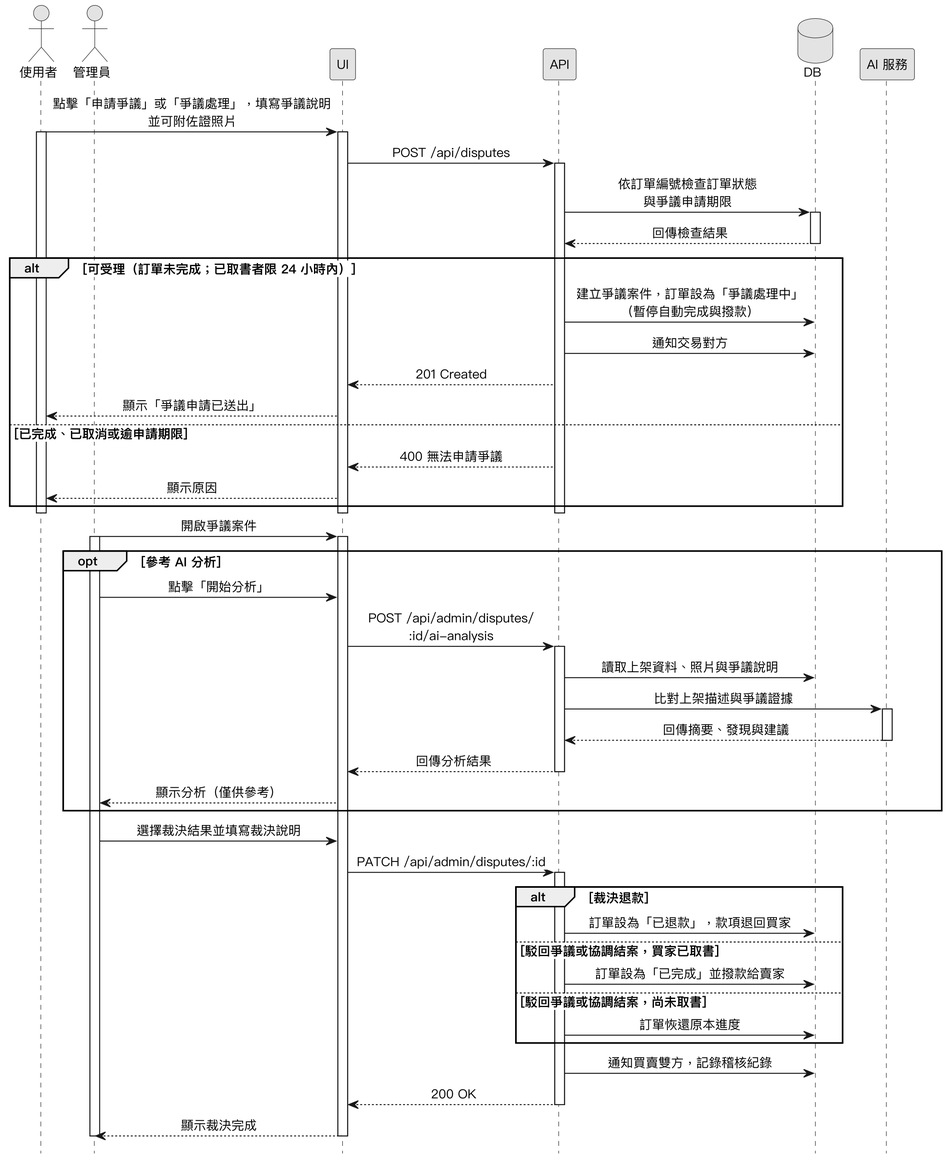
Earlier version of the PlantUML export Diagrams/Sequence Diagrams/v3/seq_dispute.png (SaveMyBook/SaveMyBook).
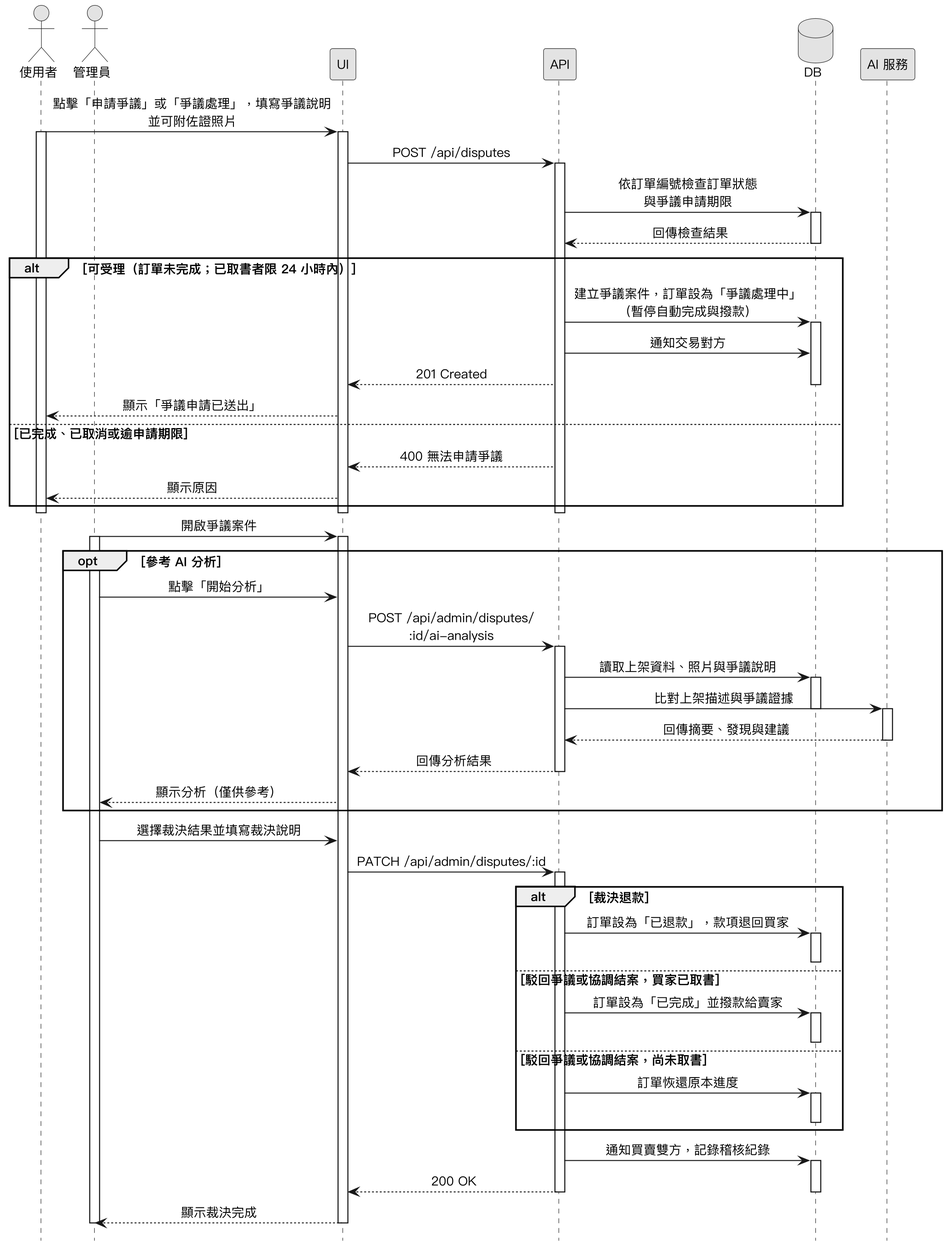
After the commit.

Diff of the diagram source:
```diff
@@ -26,8 +26,10 @@
 deactivate DB
 alt 可受理（訂單未完成；已取書者限 24 小時內）
   API -> DB : 建立爭議案件，訂單設為「爭議處理中」\n（暫停自動完成與撥款）
+  activate DB
   API -> DB : 通知交易對方
   API --> UI : 201 Created
+  deactivate DB
   UI --> 使用者 : 顯示「爭議申請已送出」
 else 已完成、已取消或逾申請期限
   API --> UI : 400 無法申請爭議
@@ -45,7 +47,9 @@
   UI -> API : POST /api/admin/disputes/\n:id/ai-analysis
   activate API
   API -> DB : 讀取上架資料、照片與爭議說明
+  activate DB
   API -> AI : 比對上架描述與爭議證據
+  deactivate DB
   activate AI
   AI --> API : 回傳摘要、發現與建議
   deactivate AI
@@ -57,14 +61,19 @@
 UI -> API : PATCH /api/admin/disputes/:id
 activate API
 alt 裁決退款
-  API -> DB : 訂單設為「已退款」，款項退回買家
+  API -> DB ++ : 訂單設為「已退款」，款項退回買家
+  deactivate DB
 else 駁回爭議或協調結案，買家已取書
-  API -> DB : 訂單設為「已完成」並撥款給賣家
+  API -> DB ++ : 訂單設為「已完成」並撥款給賣家
+  deactivate DB
 else 駁回爭議或協調結案，尚未取書
-  API -> DB : 訂單恢還原本進度
+  API -> DB ++ : 訂單恢還原本進度
+  deactivate DB
 end
 API -> DB : 通知買賣雙方，記錄稽核紀錄
+activate DB
 API --> UI : 200 OK
+deactivate DB
 deactivate API
 UI --> 管理員 : 顯示裁決完成
 deactivate UI
```
